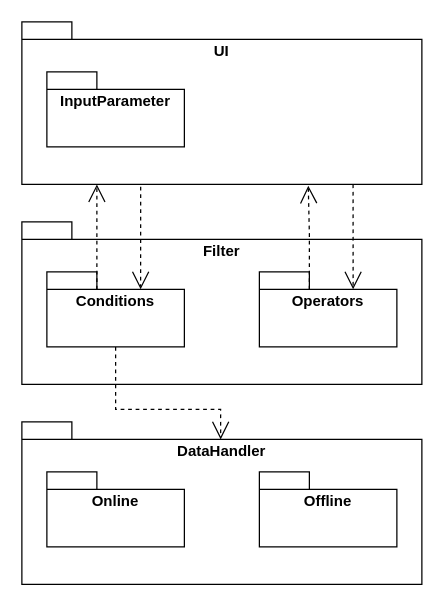
This is UML/DrawIO/PackageDiagram.drawio from ALEEF02/PrecisionLocationProcessor, a draw.io file, before an edit. Source tidied: cells renumbered, new cells numbered last; positions are measured from the earlier drawing's top-left corner, leaving out a move shared by most shapes. Both pictures are drawn from the tidied source at 125%, with x=0, y=0 at pixel (21, 21).
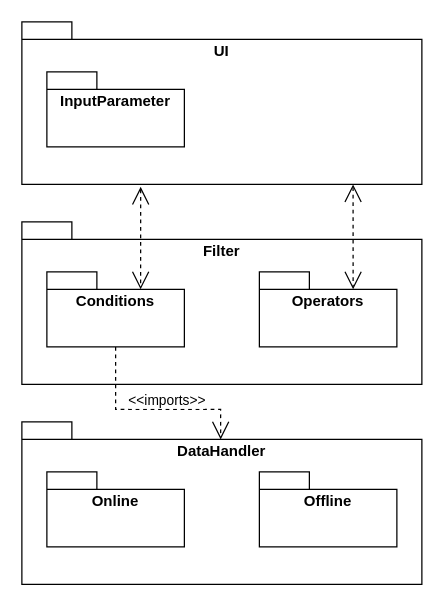
The same page after the edit.

Commit message:
Double-Arrow additions

The edit, as a diff of the source:
```diff
@@
 <mxGraphModel>
   <root>
     <mxCell id="0" />
     <mxCell id="1" parent="0" />
     <mxCell id="2" value="Filter" style="shape=folder;fontStyle=1;spacingTop=10;tabWidth=40;tabHeight=14;tabPosition=left;html=1;whiteSpace=wrap;verticalAlign=top;" parent="1" vertex="1">
       <mxGeometry y="160" width="320" height="130" as="geometry" />
     </mxCell>
     <mxCell id="3" value="Conditions" style="shape=folder;fontStyle=1;spacingTop=10;tabWidth=40;tabHeight=14;tabPosition=left;html=1;whiteSpace=wrap;verticalAlign=top;" parent="1" vertex="1">
       <mxGeometry x="20" y="200" width="110" height="60" as="geometry" />
     </mxCell>
     <mxCell id="4" value="UI" style="shape=folder;fontStyle=1;spacingTop=10;tabWidth=40;tabHeight=14;tabPosition=left;html=1;whiteSpace=wrap;verticalAlign=top;points=[[0,0,0,0,0],[0,0,0,0,14],[0,0,0,0,43],[0,0,0,0,72],[0,0,0,0,101],[0,0,0,0,130],[0,0,0,20,0],[0,0,0,40,0],[0,0,0,40,14],[0,0,0,180,14],[0,0,0,320,14],[0,0,0,320,43],[0,0,0,320,72],[0,0,0,320,101],[0,0,0,320,130],[0.12,1,0,0,0],[0.25,1,0,0,0],[0.37,1,0,0,0],[0.5,1,0,0,0],[0.63,1,0,0,0],[0.75,1,0,0,0],[0.87,1,0,0,0]];" parent="1" vertex="1">
       <mxGeometry width="320" height="130" as="geometry" />
     </mxCell>
     <mxCell id="5" value="Operators" style="shape=folder;fontStyle=1;spacingTop=10;tabWidth=40;tabHeight=14;tabPosition=left;html=1;whiteSpace=wrap;labelPosition=center;verticalLabelPosition=middle;align=center;verticalAlign=top;" parent="1" vertex="1">
       <mxGeometry x="190" y="200" width="110" height="60" as="geometry" />
     </mxCell>
     <mxCell id="6" value="DataHandler" style="shape=folder;fontStyle=1;spacingTop=10;tabWidth=40;tabHeight=14;tabPosition=left;html=1;whiteSpace=wrap;verticalAlign=top;" parent="1" vertex="1">
       <mxGeometry y="320" width="320" height="130" as="geometry" />
     </mxCell>
     <mxCell id="7" value="Online" style="shape=folder;fontStyle=1;spacingTop=10;tabWidth=40;tabHeight=14;tabPosition=left;html=1;whiteSpace=wrap;verticalAlign=top;" parent="1" vertex="1">
       <mxGeometry x="20" y="360" width="110" height="60" as="geometry" />
     </mxCell>
     <mxCell id="8" value="Offline" style="shape=folder;fontStyle=1;spacingTop=10;tabWidth=40;tabHeight=14;tabPosition=left;html=1;whiteSpace=wrap;verticalAlign=top;" parent="1" vertex="1">
       <mxGeometry x="190" y="360" width="110" height="60" as="geometry" />
     </mxCell>
-    <mxCell id="9" style="edgeStyle=orthogonalEdgeStyle;rounded=0;jettySize=auto;html=1;dashed=1;endArrow=open;endFill=0;endSize=12;entryX=0;entryY=0;entryDx=75;entryDy=14;entryPerimeter=0;exitX=0.297;exitY=1.015;exitDx=0;exitDy=0;exitPerimeter=0;" parent="1" edge="1" source="4" target="3">
+    <mxCell id="9" style="edgeStyle=orthogonalEdgeStyle;rounded=0;jettySize=auto;html=1;dashed=1;endArrow=open;endFill=0;endSize=12;entryX=0;entryY=0;entryDx=75;entryDy=14;entryPerimeter=0;exitX=0.297;exitY=1.015;exitDx=0;exitDy=0;exitPerimeter=0;startArrow=open;startFill=0;startSize=12;" parent="1" edge="1" source="4" target="3">
       <mxGeometry relative="1" as="geometry" />
     </mxCell>
-    <mxCell id="10" style="edgeStyle=orthogonalEdgeStyle;rounded=0;jettySize=auto;html=1;exitX=0;exitY=0;exitDx=40;exitDy=14;exitPerimeter=0;dashed=1;endArrow=open;endFill=0;endSize=12;" parent="1" edge="1" source="3">
-      <mxGeometry relative="1" as="geometry">
-        <mxPoint x="60" y="130" as="targetPoint" />
-        <Array as="points">
-          <mxPoint x="60" y="131" />
-        </Array>
-      </mxGeometry>
-    </mxCell>
-    <mxCell id="11" style="edgeStyle=orthogonalEdgeStyle;rounded=0;jettySize=auto;html=1;dashed=1;endArrow=open;endFill=0;endSize=12;exitX=0.828;exitY=1;exitDx=0;exitDy=0;exitPerimeter=0;entryX=0;entryY=0;entryDx=75;entryDy=14;entryPerimeter=0;" parent="1" edge="1" source="4" target="5">
+    <mxCell id="11" style="edgeStyle=orthogonalEdgeStyle;rounded=0;jettySize=auto;html=1;dashed=1;endArrow=open;endFill=0;endSize=12;exitX=0.828;exitY=1;exitDx=0;exitDy=0;exitPerimeter=0;entryX=0;entryY=0;entryDx=75;entryDy=14;entryPerimeter=0;startArrow=open;startFill=0;startSize=12;" parent="1" edge="1" source="4" target="5">
       <mxGeometry relative="1" as="geometry" />
     </mxCell>
-    <mxCell id="12" style="edgeStyle=orthogonalEdgeStyle;rounded=0;jettySize=auto;html=1;exitX=0;exitY=0;exitDx=40;exitDy=14;exitPerimeter=0;dashed=1;endArrow=open;endFill=0;endSize=12;entryX=0.716;entryY=1.008;entryDx=0;entryDy=0;entryPerimeter=0;" parent="1" edge="1" source="5" target="4">
-      <mxGeometry relative="1" as="geometry">
-        <Array as="points">
-          <mxPoint x="230" y="170" />
-        </Array>
-      </mxGeometry>
-    </mxCell>
     <mxCell id="13" style="edgeStyle=orthogonalEdgeStyle;rounded=0;jettySize=auto;html=1;exitX=0.5;exitY=1;exitDx=0;exitDy=0;exitPerimeter=0;entryX=0.497;entryY=0.108;entryDx=0;entryDy=0;entryPerimeter=0;endSize=12;endArrow=open;endFill=0;dashed=1;" parent="1" edge="1" source="3" target="6">
       <mxGeometry relative="1" as="geometry">
         <Array as="points">
           <mxPoint x="75" y="310" />
           <mxPoint x="159" y="310" />
         </Array>
       </mxGeometry>
     </mxCell>
+    <mxCell id="15" value="&amp;lt;&amp;lt;imports&amp;gt;&amp;gt;" style="edgeLabel;html=1;align=center;verticalAlign=middle;" parent="13" vertex="1">
+      <mxGeometry x="-0.61" y="2" relative="1" as="geometry">
+        <mxPoint x="38" y="11" as="offset" />
+      </mxGeometry>
+    </mxCell>
     <mxCell id="14" value="InputParameter" style="shape=folder;fontStyle=1;spacingTop=10;tabWidth=40;tabHeight=14;tabPosition=left;html=1;whiteSpace=wrap;verticalAlign=top;" parent="1" vertex="1">
       <mxGeometry x="20" y="40" width="110" height="60" as="geometry" />
     </mxCell>
   </root>
 </mxGraphModel>
```
